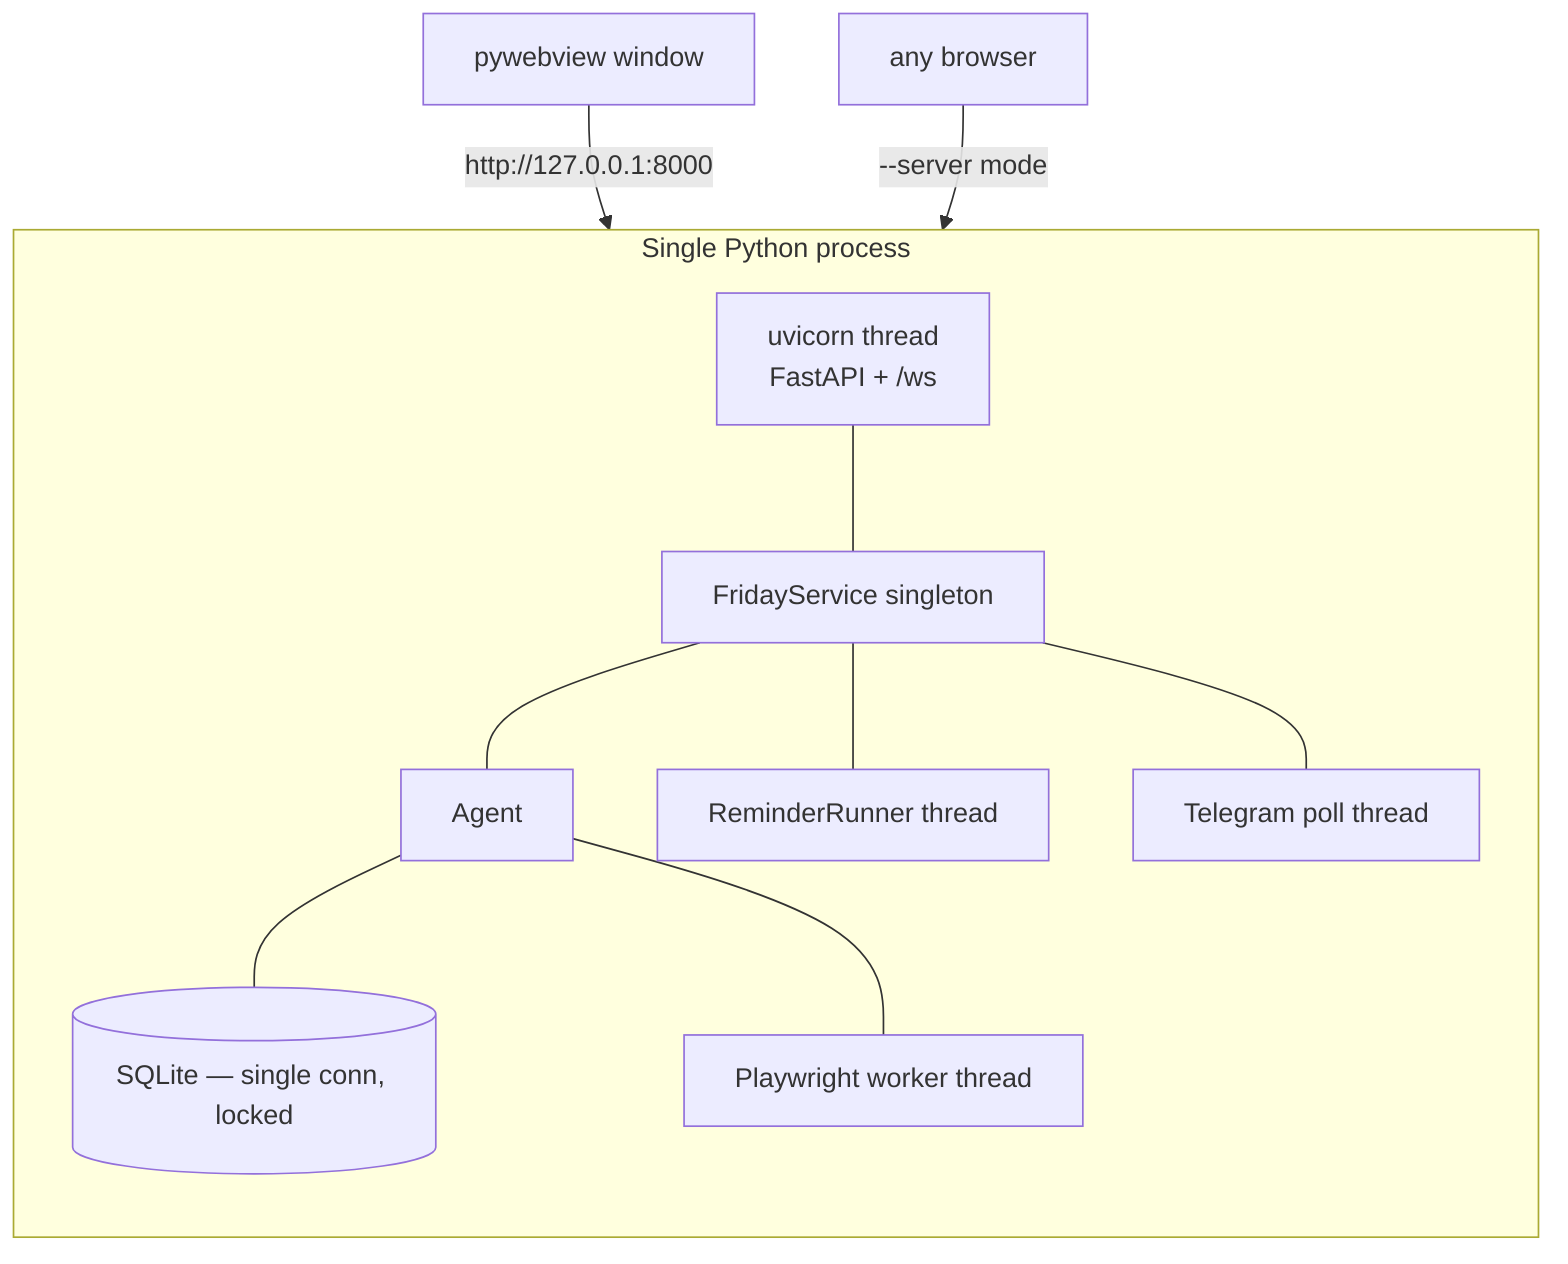
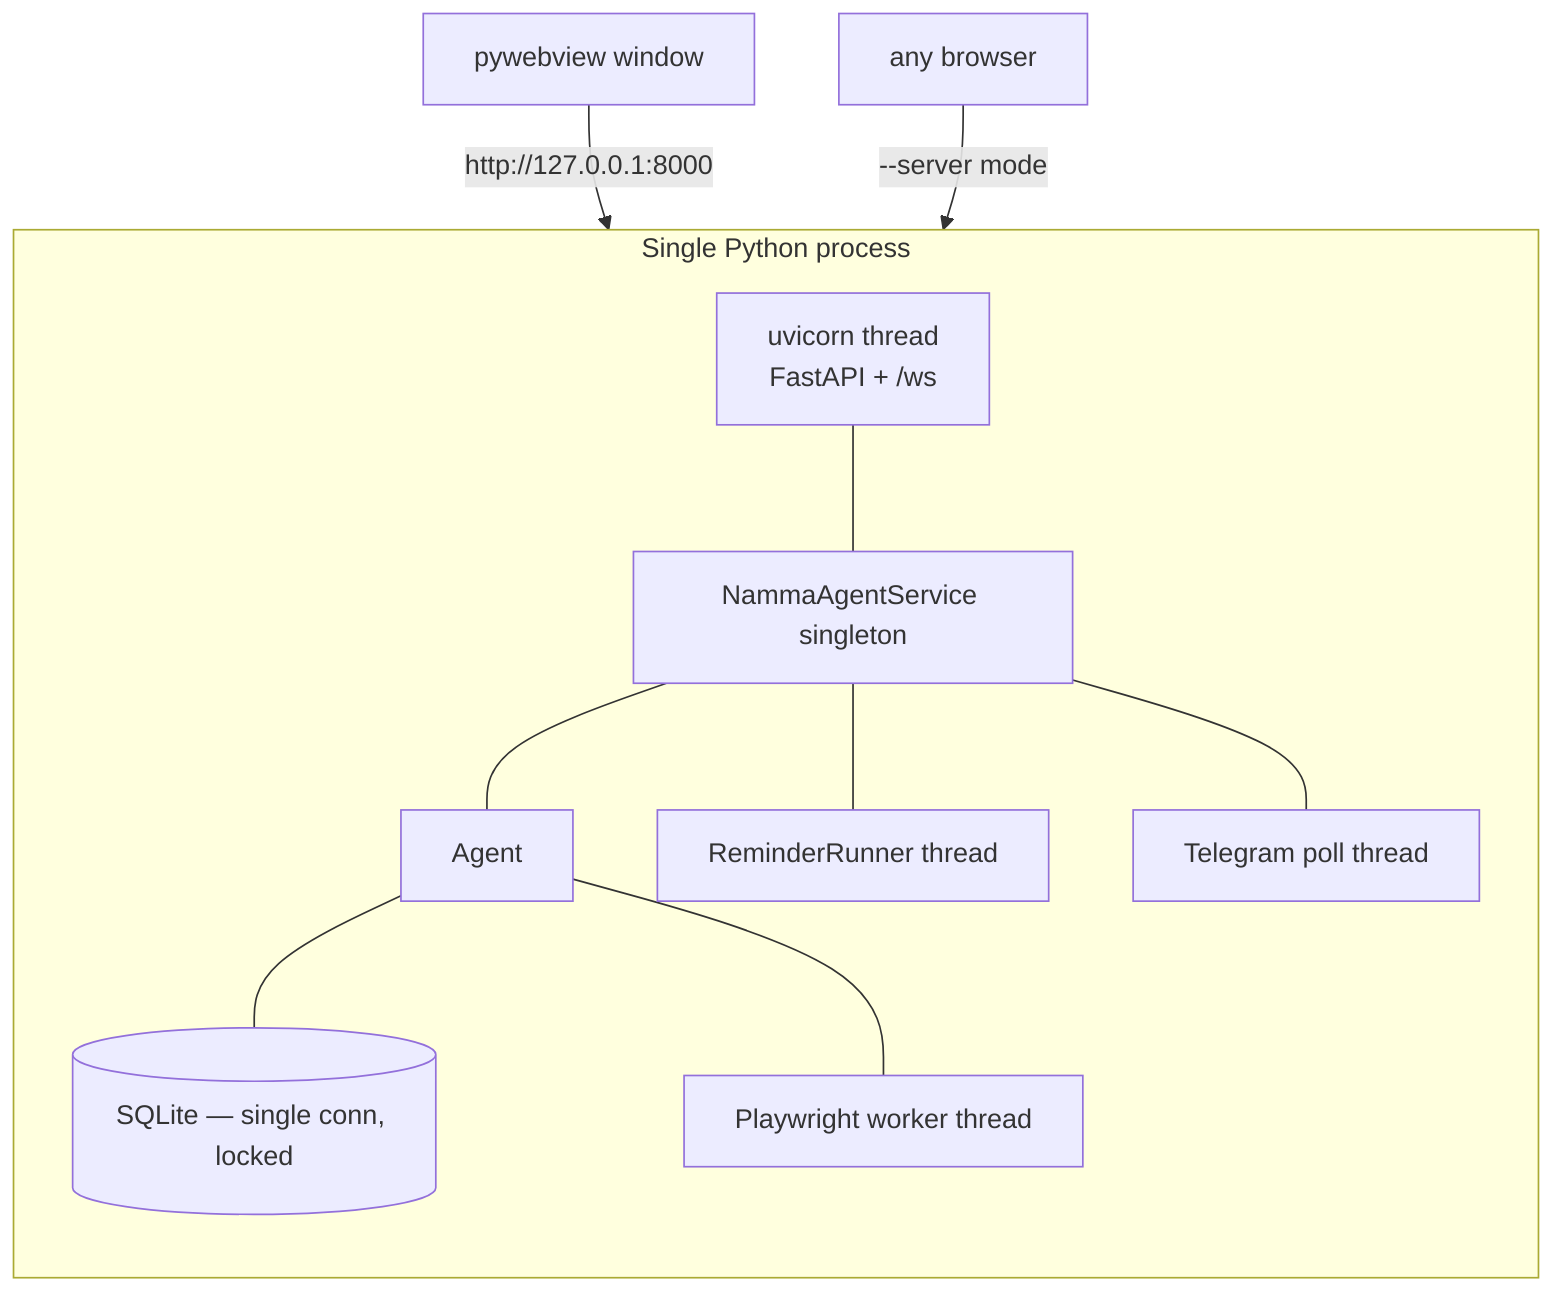
flowchart TB
    subgraph Proc["Single Python process"]
        direction TB
        UVI[uvicorn thread<br/>FastAPI + /ws]
-         SVCp[FridayService singleton]
+         SVCp[NammaAgentService singleton]
        AGp[Agent]
        DBp[(SQLite — single conn, locked)]
        RRp[ReminderRunner thread]
        CMp[Telegram poll thread]
        BCp[Playwright worker thread]
        UVI --- SVCp --- AGp --- DBp
        SVCp --- RRp & CMp
        AGp --- BCp
    end
    win[pywebview window] -->|http://127.0.0.1:8000| UVI
    browser[any browser] -->|--server mode| UVI
